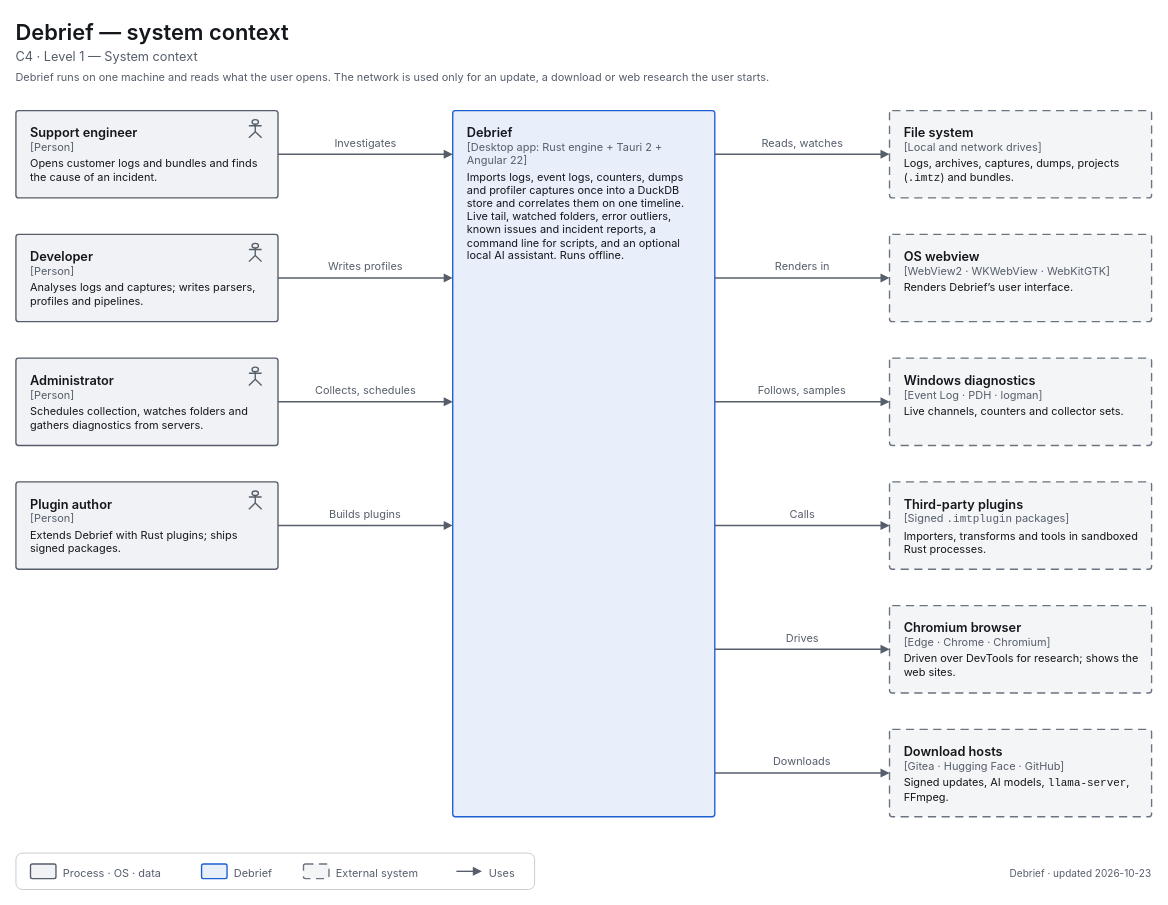
Earlier version of the draw.io diagram docs/diagrams/c4-1-context.drawio (decryp7/integrated_maintenance_tool). Source tidied: cells renumbered, new cells numbered last; positions are measured from the earlier drawing's top-left corner, leaving out a move shared by most shapes. Both pictures are drawn from the tidied source at 91%, with x=0, y=0 at pixel (15, 15).
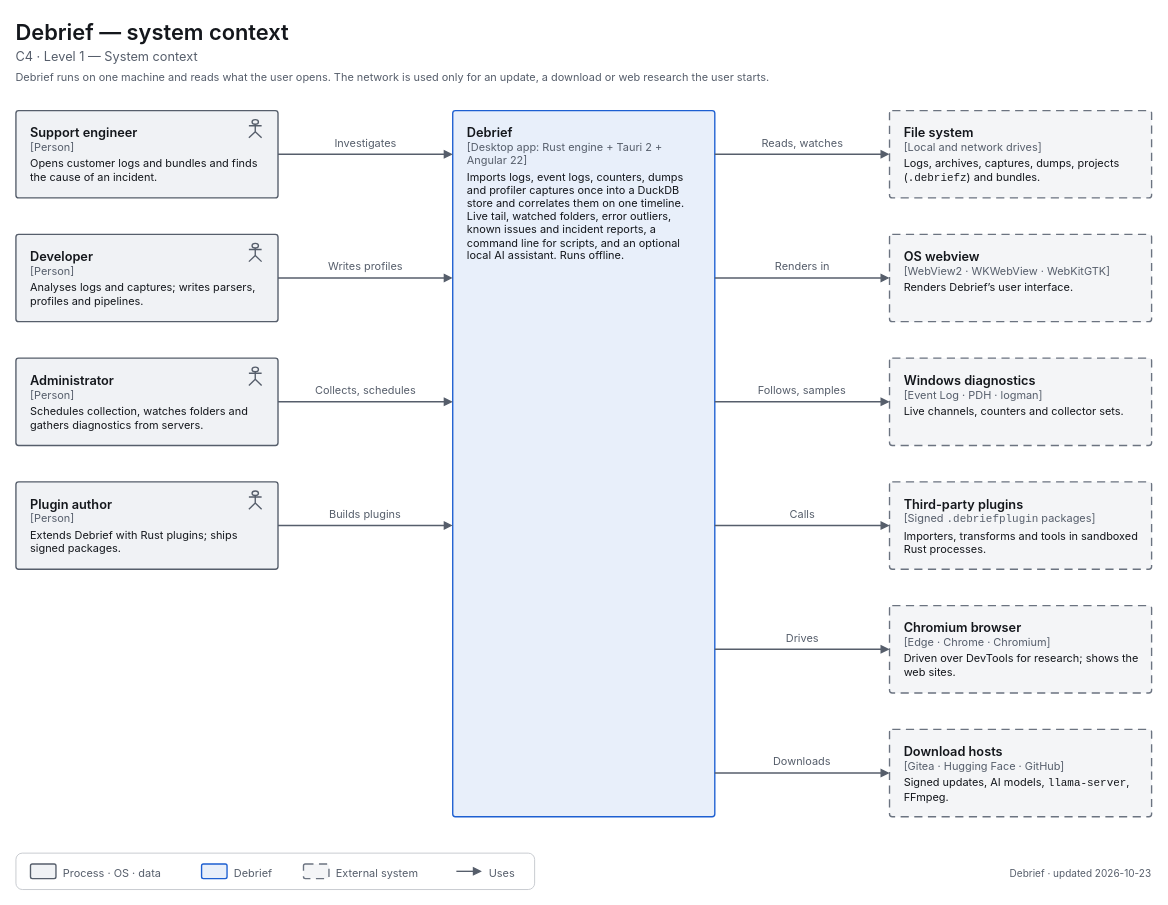
After the change.

Change to the diagram source:
```diff
@@
-    <mxCell id="13" value="&lt;span style=&quot;font-size:14px;font-weight:600&quot;&gt;File system&lt;/span&gt;&lt;br&gt;&lt;span style=&quot;font-size:12px;color:light-dark(#565E6B,#A0A7B2)&quot;&gt;[Local and network drives]&lt;/span&gt;&lt;br&gt;&lt;div style=&quot;margin-top:4px;font-size:12px&quot;&gt;Logs, archives, captures, dumps, projects (&lt;span style=&quot;font-family:ui-monospace,SF Mono,Cascadia Mono,Consolas,monospace;white-space:nowrap&quot;&gt;.imtz&lt;/span&gt;) and bundles.&lt;/div&gt;" style="html=1;whiteSpace=wrap;fontFamily=-apple-system,BlinkMacSystemFont,Segoe UI,system-ui,sans-serif;fontSize=12;fontColor=light-dark(#14171C,#ECEEF1);rounded=1;absoluteArcSize=1;arcSize=6;strokeWidth=1.5;strokeColor=light-dark(#6B7380,#7F8794);fillColor=light-dark(#F4F5F7,#17191E);dashed=1;dashPattern=6 4;align=left;verticalAlign=top;spacingLeft=14;spacingRight=14;spacingTop=10;spacingBottom=8;" parent="1" vertex="1">
+    <mxCell id="13" value="&lt;span style=&quot;font-size:14px;font-weight:600&quot;&gt;File system&lt;/span&gt;&lt;br&gt;&lt;span style=&quot;font-size:12px;color:light-dark(#565E6B,#A0A7B2)&quot;&gt;[Local and network drives]&lt;/span&gt;&lt;br&gt;&lt;div style=&quot;margin-top:4px;font-size:12px&quot;&gt;Logs, archives, captures, dumps, projects (&lt;span style=&quot;font-family:ui-monospace,SF Mono,Cascadia Mono,Consolas,monospace;white-space:nowrap&quot;&gt;.debriefz&lt;/span&gt;) and bundles.&lt;/div&gt;" style="html=1;whiteSpace=wrap;fontFamily=-apple-system,BlinkMacSystemFont,Segoe UI,system-ui,sans-serif;fontSize=12;fontColor=light-dark(#14171C,#ECEEF1);rounded=1;absoluteArcSize=1;arcSize=6;strokeWidth=1.5;strokeColor=light-dark(#6B7380,#7F8794);fillColor=light-dark(#F4F5F7,#17191E);dashed=1;dashPattern=6 4;align=left;verticalAlign=top;spacingLeft=14;spacingRight=14;spacingTop=10;spacingBottom=8;" parent="1" vertex="1">
       <mxGeometry x="960" y="104" width="288" height="96" as="geometry" />
     </mxCell>
@@
-    <mxCell id="16" value="&lt;span style=&quot;font-size:14px;font-weight:600&quot;&gt;Third-party plugins&lt;/span&gt;&lt;br&gt;&lt;span style=&quot;font-size:12px;color:light-dark(#565E6B,#A0A7B2)&quot;&gt;[Signed &lt;span style=&quot;font-family:ui-monospace,SF Mono,Cascadia Mono,Consolas,monospace;white-space:nowrap&quot;&gt;.imtplugin&lt;/span&gt; packages]&lt;/span&gt;&lt;br&gt;&lt;div style=&quot;margin-top:4px;font-size:12px&quot;&gt;Importers, transforms and tools in sandboxed Rust processes.&lt;/div&gt;" style="html=1;whiteSpace=wrap;fontFamily=-apple-system,BlinkMacSystemFont,Segoe UI,system-ui,sans-serif;fontSize=12;fontColor=light-dark(#14171C,#ECEEF1);rounded=1;absoluteArcSize=1;arcSize=6;strokeWidth=1.5;strokeColor=light-dark(#6B7380,#7F8794);fillColor=light-dark(#F4F5F7,#17191E);dashed=1;dashPattern=6 4;align=left;verticalAlign=top;spacingLeft=14;spacingRight=14;spacingTop=10;spacingBottom=8;" parent="1" vertex="1">
+    <mxCell id="16" value="&lt;span style=&quot;font-size:14px;font-weight:600&quot;&gt;Third-party plugins&lt;/span&gt;&lt;br&gt;&lt;span style=&quot;font-size:12px;color:light-dark(#565E6B,#A0A7B2)&quot;&gt;[Signed &lt;span style=&quot;font-family:ui-monospace,SF Mono,Cascadia Mono,Consolas,monospace;white-space:nowrap&quot;&gt;.debriefplugin&lt;/span&gt; packages]&lt;/span&gt;&lt;br&gt;&lt;div style=&quot;margin-top:4px;font-size:12px&quot;&gt;Importers, transforms and tools in sandboxed Rust processes.&lt;/div&gt;" style="html=1;whiteSpace=wrap;fontFamily=-apple-system,BlinkMacSystemFont,Segoe UI,system-ui,sans-serif;fontSize=12;fontColor=light-dark(#14171C,#ECEEF1);rounded=1;absoluteArcSize=1;arcSize=6;strokeWidth=1.5;strokeColor=light-dark(#6B7380,#7F8794);fillColor=light-dark(#F4F5F7,#17191E);dashed=1;dashPattern=6 4;align=left;verticalAlign=top;spacingLeft=14;spacingRight=14;spacingTop=10;spacingBottom=8;" parent="1" vertex="1">
       <mxGeometry x="960" y="512" width="288" height="96" as="geometry" />
     </mxCell>
```
